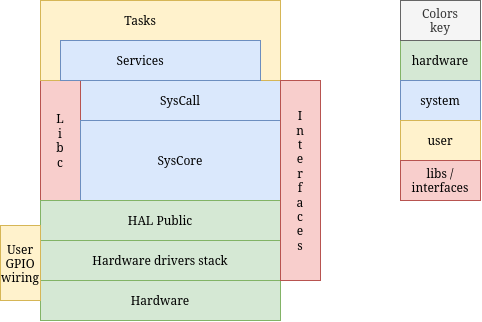
This is doc/TaskMate_layers_v10.png from spradere/TaskMate, a draw.io export, as it was before one commit. Source tidied: cells renumbered, new cells last; positions are measured from the earlier drawing's top-left corner, leaving out a move shared by most shapes.
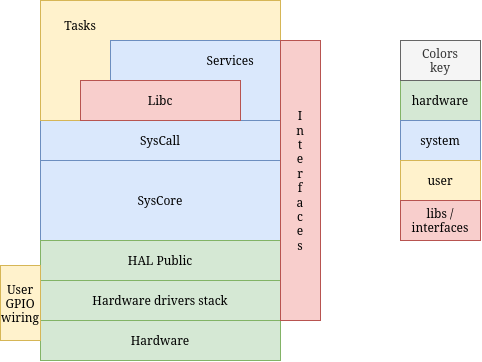
The same file after the commit.

Commit message:
change TaskMate layers view

The edit, as a diff of the source:
```diff
@@ -3,16 +3,13 @@
     <mxCell id="0" />
     <mxCell id="1" parent="0" />
     <mxCell id="2" style="rounded=0;whiteSpace=wrap;html=1;fillColor=#dae8fc;strokeColor=#6c8ebf;" parent="1" vertex="1">
-      <mxGeometry x="80" y="80" width="200" height="40" as="geometry" />
+      <mxGeometry x="40" y="80" width="240" height="40" as="geometry" />
     </mxCell>
-    <mxCell id="3" style="rounded=0;whiteSpace=wrap;html=1;fillColor=#f8cecc;strokeColor=#b85450;" parent="1" vertex="1">
-      <mxGeometry x="40" y="80" width="40" height="120" as="geometry" />
-    </mxCell>
     <mxCell id="4" style="rounded=0;whiteSpace=wrap;html=1;fillColor=#fff2cc;strokeColor=#d6b656;" parent="1" vertex="1">
-      <mxGeometry x="40" width="240" height="80" as="geometry" />
+      <mxGeometry x="40" y="-40" width="240" height="120" as="geometry" />
     </mxCell>
     <mxCell id="5" style="rounded=0;whiteSpace=wrap;html=1;fillColor=#dae8fc;strokeColor=#6c8ebf;" parent="1" vertex="1">
-      <mxGeometry x="80" y="120" width="200" height="80" as="geometry" />
+      <mxGeometry x="40" y="120" width="240" height="80" as="geometry" />
     </mxCell>
     <mxCell id="6" value="hardware" style="rounded=0;whiteSpace=wrap;html=1;fillColor=#d5e8d4;strokeColor=#82b366;" parent="1" vertex="1">
       <mxGeometry x="400" y="40" width="80" height="40" as="geometry" />
@@ -27,19 +24,19 @@
       <mxGeometry x="400" width="80" height="40" as="geometry" />
     </mxCell>
     <mxCell id="10" value="SysCore" style="text;html=1;whiteSpace=wrap;strokeColor=none;fillColor=none;align=center;verticalAlign=middle;rounded=0;" parent="1" vertex="1">
-      <mxGeometry x="150" y="145" width="60" height="30" as="geometry" />
+      <mxGeometry x="130" y="145" width="60" height="30" as="geometry" />
     </mxCell>
     <mxCell id="11" value="SysCall" style="text;html=1;whiteSpace=wrap;strokeColor=none;fillColor=none;align=center;verticalAlign=middle;rounded=0;" parent="1" vertex="1">
-      <mxGeometry x="150" y="85" width="60" height="30" as="geometry" />
+      <mxGeometry x="130" y="85" width="60" height="30" as="geometry" />
     </mxCell>
     <mxCell id="12" style="rounded=0;whiteSpace=wrap;html=1;fillColor=#dae8fc;strokeColor=#6c8ebf;" parent="1" vertex="1">
-      <mxGeometry x="60" y="40" width="200" height="40" as="geometry" />
+      <mxGeometry x="110" width="170" height="80" as="geometry" />
     </mxCell>
     <mxCell id="13" value="Services" style="text;html=1;whiteSpace=wrap;strokeColor=none;fillColor=none;align=center;verticalAlign=middle;rounded=0;" parent="1" vertex="1">
-      <mxGeometry x="110" y="45" width="60" height="30" as="geometry" />
+      <mxGeometry x="200" y="5" width="60" height="30" as="geometry" />
     </mxCell>
     <mxCell id="14" value="&lt;div&gt;Tasks&lt;/div&gt;" style="text;html=1;whiteSpace=wrap;strokeColor=none;fillColor=none;align=center;verticalAlign=middle;rounded=0;" parent="1" vertex="1">
-      <mxGeometry x="110" y="5" width="60" height="30" as="geometry" />
+      <mxGeometry x="50" y="-30" width="60" height="30" as="geometry" />
     </mxCell>
     <mxCell id="15" style="rounded=0;whiteSpace=wrap;html=1;fillColor=#d5e8d4;strokeColor=#82b366;" parent="1" vertex="1">
       <mxGeometry x="40" y="200" width="240" height="40" as="geometry" />
@@ -60,10 +57,10 @@
       <mxGeometry x="10" y="5" width="60" height="30" as="geometry" />
     </mxCell>
     <mxCell id="21" style="rounded=0;whiteSpace=wrap;html=1;fillColor=#f8cecc;strokeColor=#b85450;" parent="1" vertex="1">
-      <mxGeometry x="280" y="80" width="40" height="200" as="geometry" />
+      <mxGeometry x="280" width="40" height="280" as="geometry" />
     </mxCell>
     <mxCell id="22" value="&lt;div&gt;I&lt;/div&gt;&lt;div&gt;n&lt;/div&gt;&lt;div&gt;t&lt;/div&gt;&lt;div&gt;e&lt;/div&gt;&lt;div&gt;r&lt;/div&gt;&lt;div&gt;f&lt;/div&gt;&lt;div&gt;a&lt;/div&gt;&lt;div&gt;c&lt;/div&gt;&lt;div&gt;e&lt;/div&gt;&lt;div&gt;s&lt;/div&gt;" style="text;html=1;whiteSpace=wrap;strokeColor=none;fillColor=none;align=center;verticalAlign=middle;rounded=0;" parent="1" vertex="1">
-      <mxGeometry x="280" y="100" width="40" height="160" as="geometry" />
+      <mxGeometry x="280" y="60" width="40" height="160" as="geometry" />
     </mxCell>
     <mxCell id="23" value="HAL Public" style="text;html=1;whiteSpace=wrap;strokeColor=none;fillColor=none;align=center;verticalAlign=middle;rounded=0;" parent="1" vertex="1">
       <mxGeometry x="120" y="205" width="80" height="30" as="geometry" />
@@ -74,11 +71,14 @@
     <mxCell id="25" value="Hardware" style="text;html=1;whiteSpace=wrap;strokeColor=none;fillColor=none;align=center;verticalAlign=middle;rounded=0;" parent="1" vertex="1">
       <mxGeometry x="130" y="285" width="60" height="30" as="geometry" />
     </mxCell>
+    <mxCell id="27" value="&lt;div&gt;User&lt;/div&gt;&lt;div&gt;GPIO&lt;/div&gt;&lt;div&gt;wiring&lt;/div&gt;" style="rounded=0;whiteSpace=wrap;html=1;fillColor=#fff2cc;strokeColor=#d6b656;" parent="1" vertex="1">
+      <mxGeometry y="225" width="40" height="75" as="geometry" />
+    </mxCell>
+    <mxCell id="3" style="rounded=0;whiteSpace=wrap;html=1;fillColor=#f8cecc;strokeColor=#b85450;" parent="1" vertex="1">
+      <mxGeometry x="80" y="40" width="160" height="40" as="geometry" />
+    </mxCell>
-    <mxCell id="26" value="&lt;div&gt;L&lt;/div&gt;&lt;div&gt;i&lt;/div&gt;&lt;div&gt;b&lt;/div&gt;&lt;div&gt;c&lt;/div&gt;" style="text;html=1;whiteSpace=wrap;strokeColor=none;fillColor=none;align=center;verticalAlign=middle;rounded=0;rotation=0;" parent="1" vertex="1">
-      <mxGeometry x="40" y="100" width="40" height="80" as="geometry" />
+    <mxCell id="26" value="&lt;div&gt;Libc&lt;/div&gt;" style="text;html=1;whiteSpace=wrap;strokeColor=none;fillColor=none;align=center;verticalAlign=middle;rounded=0;rotation=0;" parent="1" vertex="1">
+      <mxGeometry x="140" y="45" width="40" height="30" as="geometry" />
     </mxCell>
-    <mxCell id="27" value="&lt;div&gt;User&lt;/div&gt;&lt;div&gt;GPIO&lt;/div&gt;&lt;div&gt;wiring&lt;/div&gt;" style="rounded=0;whiteSpace=wrap;html=1;fillColor=#fff2cc;strokeColor=#d6b656;" parent="1" vertex="1">
-      <mxGeometry y="225" width="40" height="75" as="geometry" />
-    </mxCell>
   </root>
 </mxGraphModel>
```
